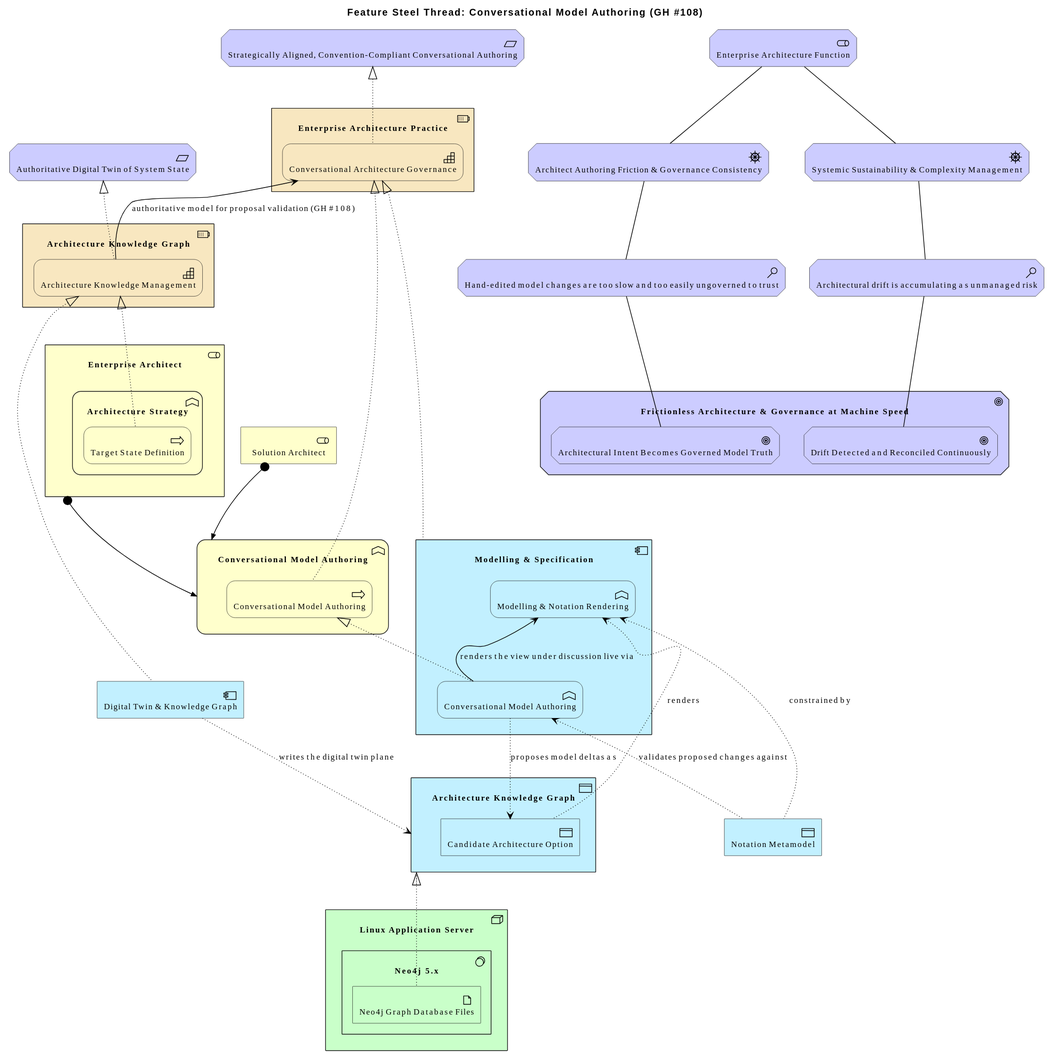
Before: architecture/model/diagrams/layered/fn-conversational-authoring.svg, a diagram exported from PlantUML (wolffy-au/frictionless-architect).
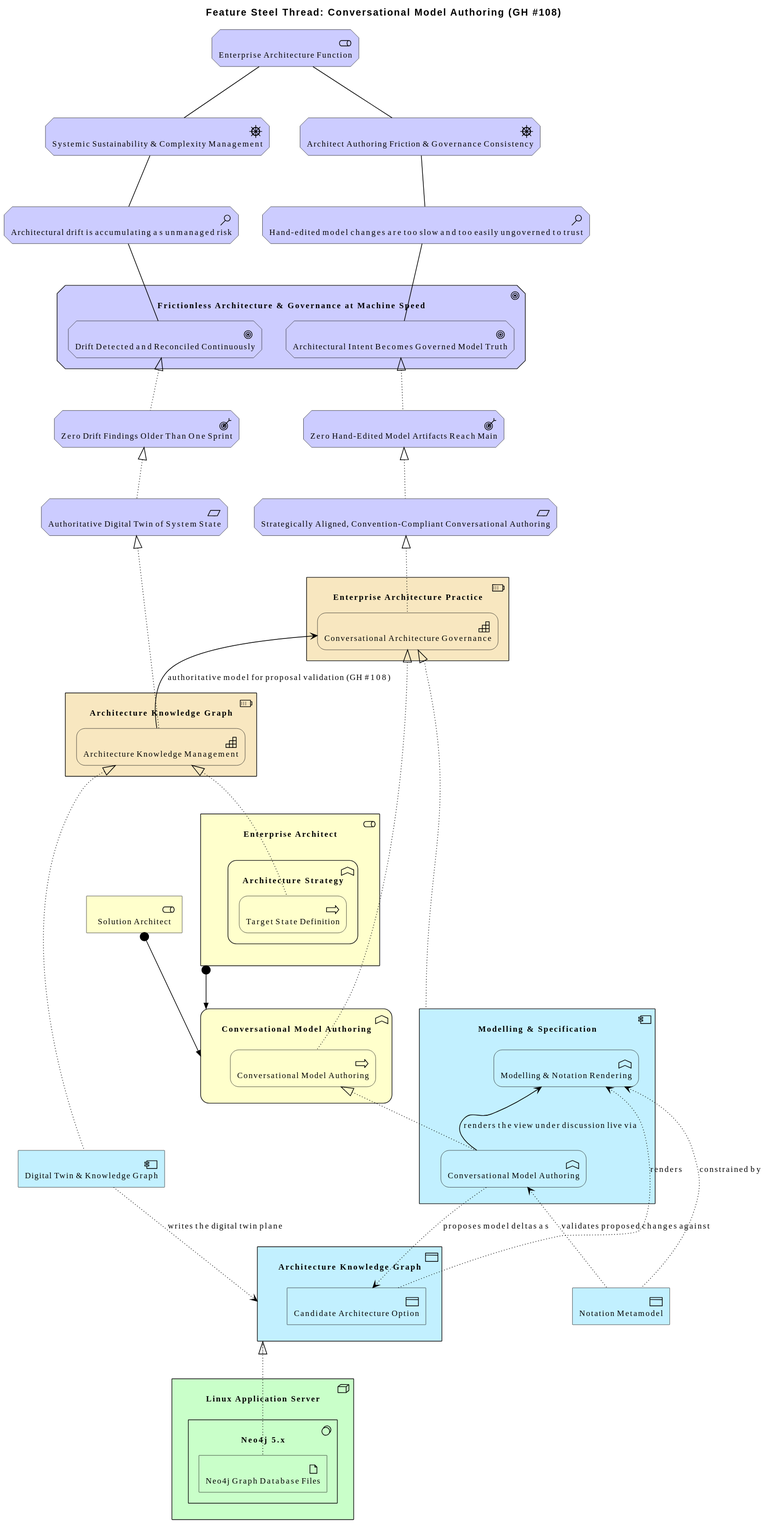
After the change.

Commit message:
fix(model): close fn-conversational-authoring view's Outcome gap

Diff of the diagram source:
```diff
@@ -12,6 +12,8 @@
   Motivation_Goal(e_id9b62e16ecac95a, "Drift Detected and Reconciled Continuously")
   Motivation_Goal(e_idb41cf5b59c165f, "Architectural Intent Becomes Governed Model Truth")
 }
+Motivation_Outcome(e_idcd8b25865d285b, "Zero Drift Findings Older Than One Sprint")
+Motivation_Outcome(e_id9900ce57054756, "Zero Hand-Edited Model Artifacts Reach Main")
 Motivation_Requirement(e_id945f98ac87fe5d, "Authoritative Digital Twin of System State")
 Motivation_Requirement(e_id71c4f5aeb1bc5b, "Strategically Aligned, Convention-Compliant Conversational Authoring")
 Strategy_Resource(e_id079f659ad9ac5c, "Architecture Knowledge Graph") {
@@ -52,6 +54,10 @@
 Rel_Association(e_idf653e0ef73fe55, e_idf7ed73f063ed53, "")
 Rel_Association(e_id62397473120e57, e_id9b62e16ecac95a, "")
 Rel_Association(e_idf7ed73f063ed53, e_idb41cf5b59c165f, "")
+Rel_Realization_Up(e_idcd8b25865d285b, e_id9b62e16ecac95a, "")
+Rel_Realization_Up(e_id9900ce57054756, e_idb41cf5b59c165f, "")
+Rel_Realization_Up(e_id945f98ac87fe5d, e_idcd8b25865d285b, "")
+Rel_Realization_Up(e_id71c4f5aeb1bc5b, e_id9900ce57054756, "")
 Rel_Serving_Up(e_id18ec07397a9d5f, e_id6c60f4feb89058, "authoritative model for proposal validation (GH #108)")
 Rel_Realization_Up(e_id395c9c2923aa56, e_id18ec07397a9d5f, "")
 Rel_Realization_Up(e_id5959dd7c3bbe59, e_id6c60f4feb89058, "")
```
